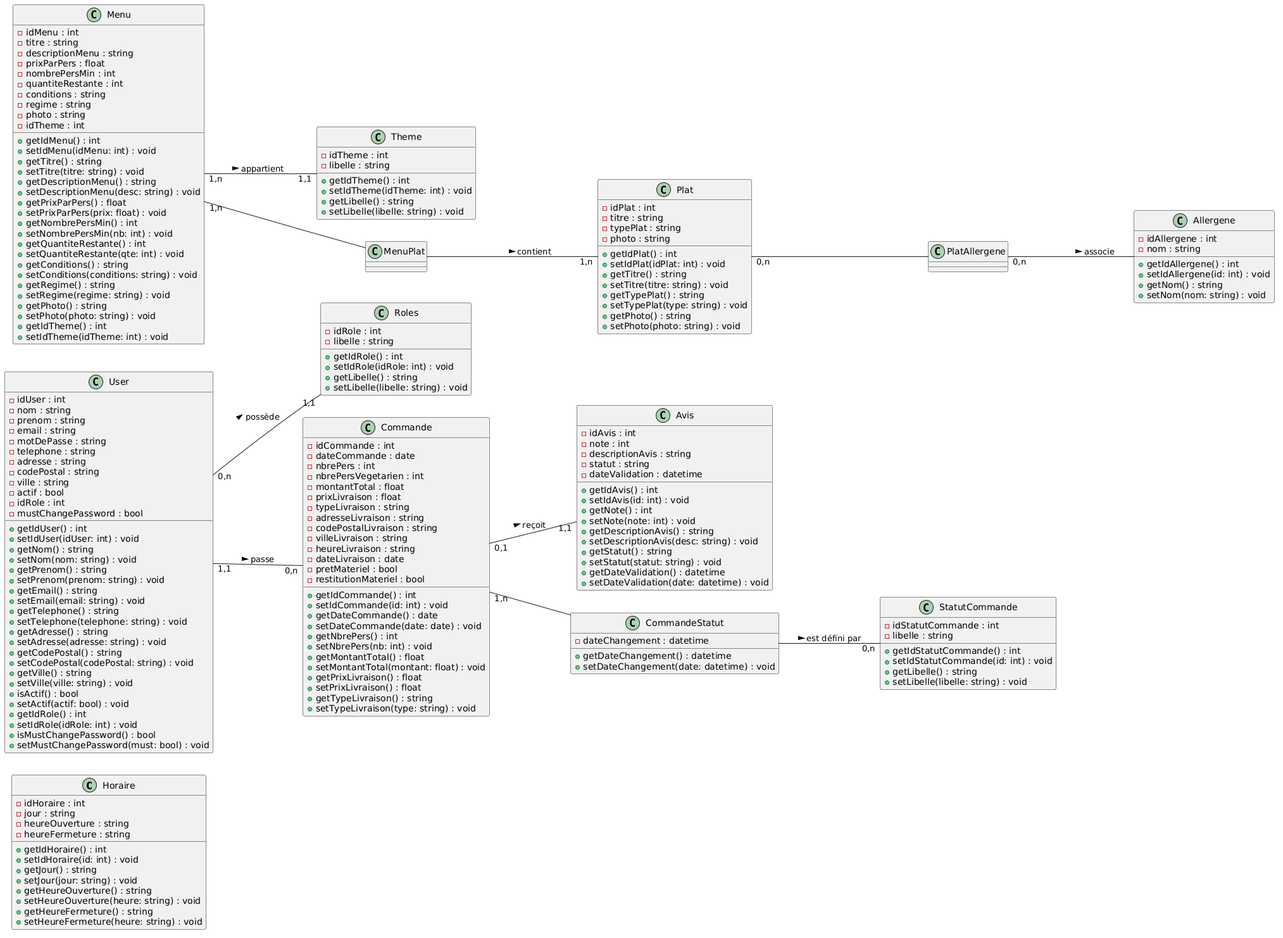
Earlier version of the PlantUML export docs/Diagramme de classes Vite et gourmand.png (Jige06/vite-et-gourmand).
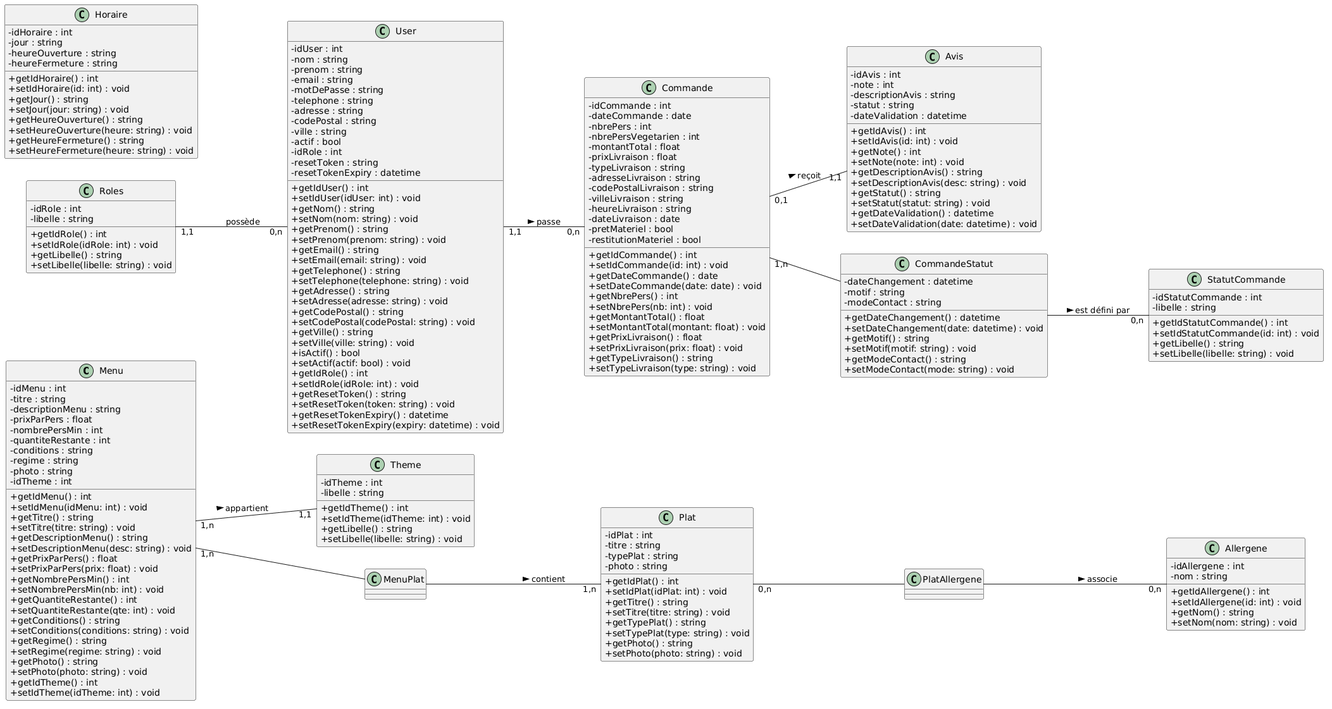
Above is the later version.

Commit message:
docs: mise a jour MCD et diagramme de classes (reset_token, motif/mode_contact)

The edit, as a diff of the source:
```diff
@@ -1,65 +1,6 @@
 @startuml
 left to right direction
-class Horaire {
-  -idHoraire : int
-  -jour : string
-  -heureOuverture : string
-  -heureFermeture : string
-  +getIdHoraire() : int
-  +setIdHoraire(id: int) : void
-  +getJour() : string
-  +setJour(jour: string) : void
-  +getHeureOuverture() : string
-  +setHeureOuverture(heure: string) : void
-  +getHeureFermeture() : string
-  +setHeureFermeture(heure: string) : void
-}
-
-class User {
-  -idUser : int
-  -nom : string
-  -prenom : string
-  -email : string
-  -motDePasse : string
-  -telephone : string
-  -adresse : string
-  -codePostal : string
-  -ville : string
-  -actif : bool
-  -idRole : int
-  -mustChangePassword : bool
-  +getIdUser() : int
-  +setIdUser(idUser: int) : void
-  +getNom() : string
-  +setNom(nom: string) : void
-  +getPrenom() : string
-  +setPrenom(prenom: string) : void
-  +getEmail() : string
-  +setEmail(email: string) : void
-  +getTelephone() : string
-  +setTelephone(telephone: string) : void
-  +getAdresse() : string
-  +setAdresse(adresse: string) : void
-  +getCodePostal() : string
-  +setCodePostal(codePostal: string) : void
-  +getVille() : string
-  +setVille(ville: string) : void
-  +isActif() : bool
-  +setActif(actif: bool) : void
-  +getIdRole() : int
-  +setIdRole(idRole: int) : void
-  +isMustChangePassword() : bool
-  +setMustChangePassword(must: bool) : void
-}
-
-class Roles {
-  -idRole : int
-  -libelle : string
-  +getIdRole() : int
-  +setIdRole(idRole: int) : void
-  +getLibelle() : string
-  +setLibelle(libelle: string) : void
-}
+skinparam classAttributeIconSize 0
 
 class Menu {
   -idMenu : int
@@ -127,6 +68,61 @@
   +setNom(nom: string) : void
 }
 
+class MenuPlat {
+}
+
+class PlatAllergene {
+}
+
+class Roles {
+  -idRole : int
+  -libelle : string
+  +getIdRole() : int
+  +setIdRole(idRole: int) : void
+  +getLibelle() : string
+  +setLibelle(libelle: string) : void
+}
+
+class User {
+  -idUser : int
+  -nom : string
+  -prenom : string
+  -email : string
+  -motDePasse : string
+  -telephone : string
+  -adresse : string
+  -codePostal : string
+  -ville : string
+  -actif : bool
+  -idRole : int
+  -resetToken : string
+  -resetTokenExpiry : datetime
+  +getIdUser() : int
+  +setIdUser(idUser: int) : void
+  +getNom() : string
+  +setNom(nom: string) : void
+  +getPrenom() : string
+  +setPrenom(prenom: string) : void
+  +getEmail() : string
+  +setEmail(email: string) : void
+  +getTelephone() : string
+  +setTelephone(telephone: string) : void
+  +getAdresse() : string
+  +setAdresse(adresse: string) : void
+  +getCodePostal() : string
+  +setCodePostal(codePostal: string) : void
+  +getVille() : string
+  +setVille(ville: string) : void
+  +isActif() : bool
+  +setActif(actif: bool) : void
+  +getIdRole() : int
+  +setIdRole(idRole: int) : void
+  +getResetToken() : string
+  +setResetToken(token: string) : void
+  +getResetTokenExpiry() : datetime
+  +setResetTokenExpiry(expiry: datetime) : void
+}
+
 class Commande {
   -idCommande : int
   -dateCommande : date
@@ -151,7 +147,7 @@
   +getMontantTotal() : float
   +setMontantTotal(montant: float) : void
   +getPrixLivraison() : float
-  +setPrixLivraison() : float
+  +setPrixLivraison(prix: float) : void
   +getTypeLivraison() : string
   +setTypeLivraison(type: string) : void
 }
@@ -176,8 +172,14 @@
 
 class CommandeStatut {
   -dateChangement : datetime
+  -motif : string
+  -modeContact : string
   +getDateChangement() : datetime
   +setDateChangement(date: datetime) : void
+  +getMotif() : string
+  +setMotif(motif: string) : void
+  +getModeContact() : string
+  +setModeContact(mode: string) : void
 }
 
 class StatutCommande {
@@ -189,17 +191,28 @@
   +setLibelle(libelle: string) : void
 }
 
-class MenuPlat {}
+class Horaire {
+  -idHoraire : int
+  -jour : string
+  -heureOuverture : string
+  -heureFermeture : string
+  +getIdHoraire() : int
+  +setIdHoraire(id: int) : void
+  +getJour() : string
+  +setJour(jour: string) : void
+  +getHeureOuverture() : string
+  +setHeureOuverture(heure: string) : void
+  +getHeureFermeture() : string
+  +setHeureFermeture(heure: string) : void
+}
 
-class PlatAllergene {}
-
-User "0,n" -- "1,1" Roles : possède >
-User "1,1" -- "0,n" Commande : passe >
+Menu "1,n" -- "1,1" Theme : appartient >
 Menu "1,n" -- MenuPlat
 MenuPlat -- "1,n" Plat : contient >
 Plat "0,n" -- PlatAllergene
-PlatAllergene "0,n" -- Allergene : associe >
-Menu "1,n" -- "1,1" Theme : appartient >
+PlatAllergene -- "0,n" Allergene : associe >
+Roles "1,1" -- "0,n" User : possède
+User "1,1" -- "0,n" Commande : passe >
 Commande "0,1" -- "1,1" Avis : reçoit >
 Commande "1,n" -- CommandeStatut
 CommandeStatut -- "0,n" StatutCommande : est défini par >
```
